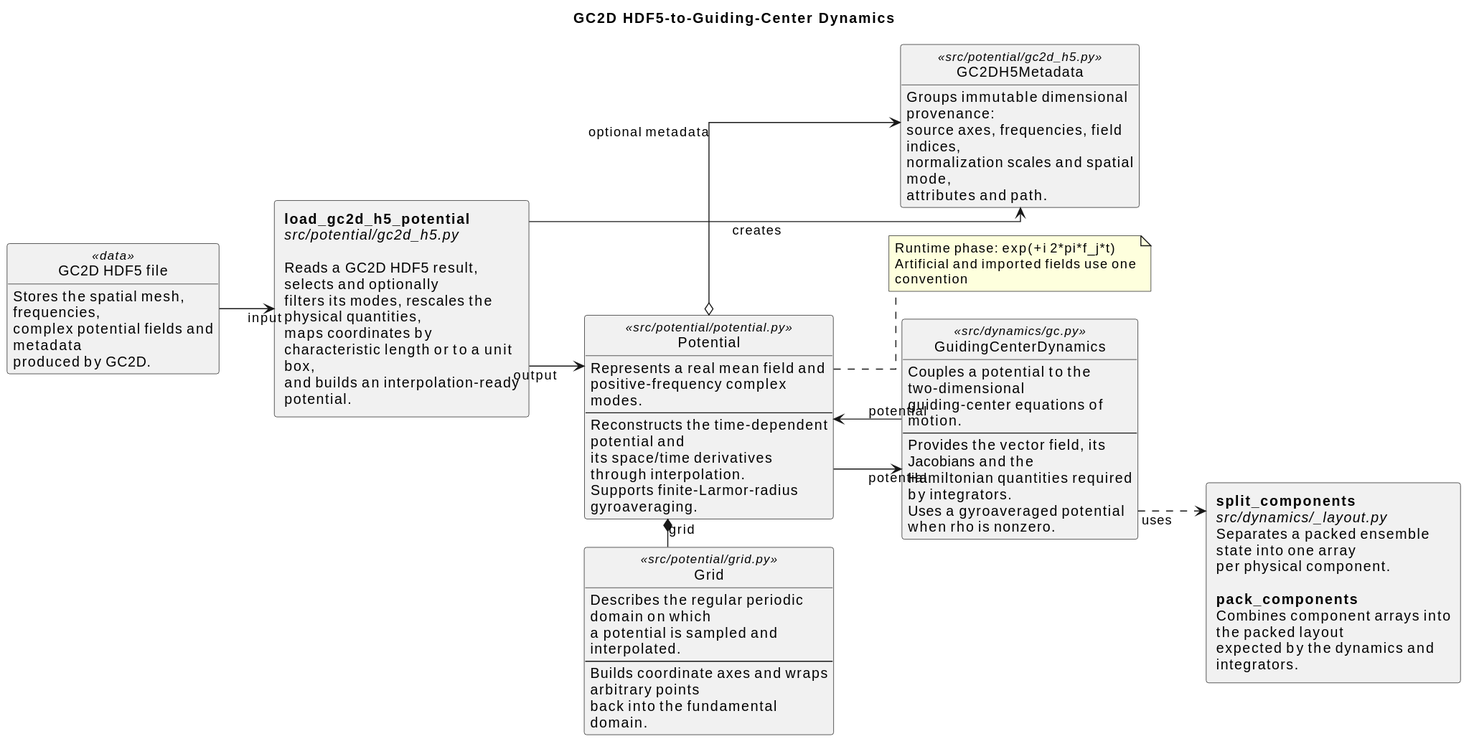
The PlantUML diagram docs/dynamics/gc2d-h5-potential-architecture.svg in Jugibe-52/GC2D_intranet, before a commit.
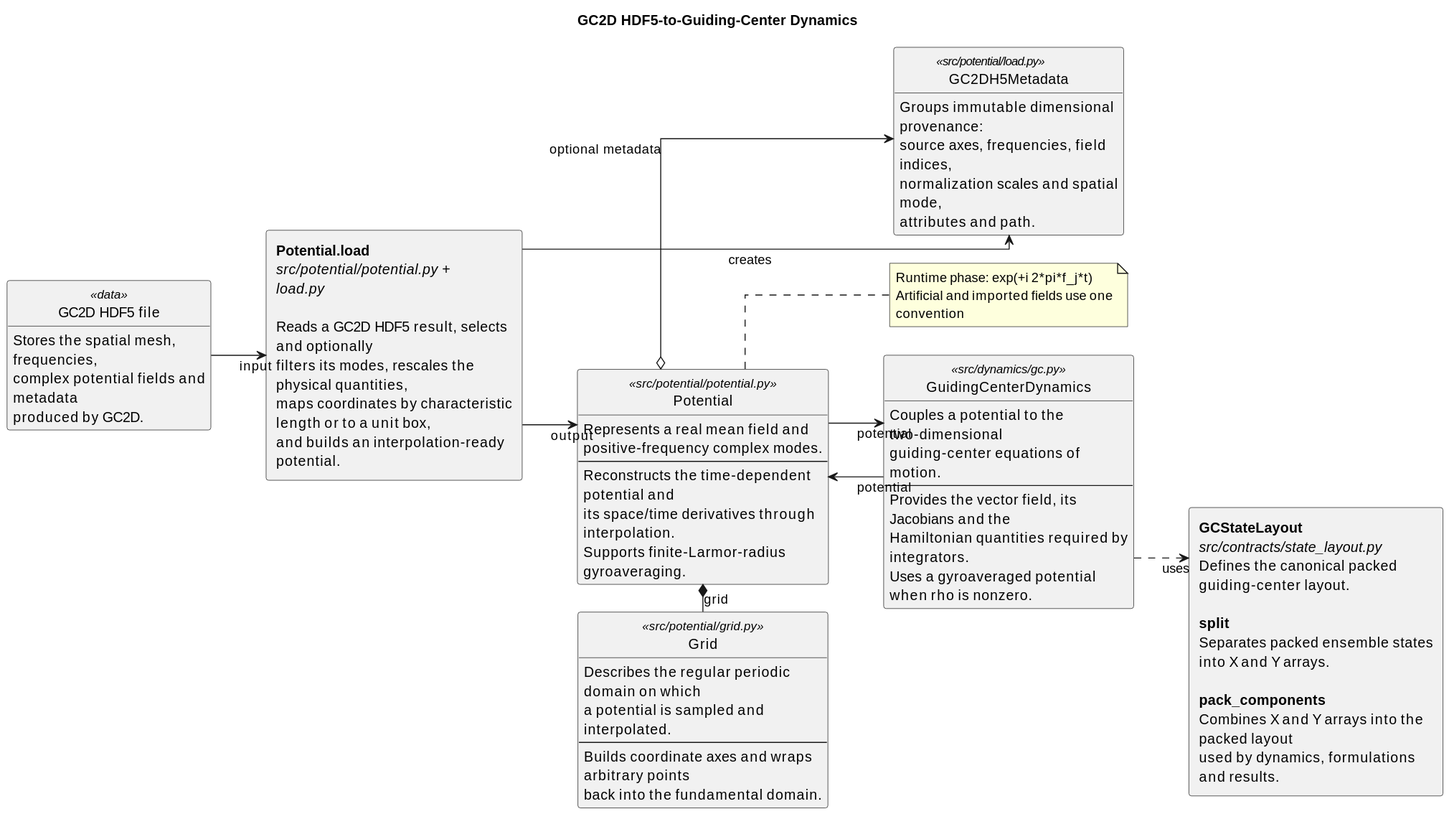
The same diagram one commit later.

The edit, as a diff of the source:
```diff
@@ -21,7 +21,7 @@
   produced by GC2D.
 }
 
-rectangle "<b>load_gc2d_h5_potential</b>\n<i>src/potential/gc2d_h5.py</i>\n\nReads a GC2D HDF5 result, selects and optionally\nfilters its modes, rescales the physical quantities,\nmaps coordinates by characteristic length or to a unit box,\nand builds an interpolation-ready potential." as ImportPipeline
+rectangle "<b>Potential.from_gc2d_h5</b>\n<i>src/potential/potential.py + gc2d_h5.py</i>\n\nReads a GC2D HDF5 result, selects and optionally\nfilters its modes, rescales the physical quantities,\nmaps coordinates by characteristic length or to a unit box,\nand builds an interpolation-ready potential." as ImportPipeline
 
 class "GC2DH5Metadata" as H5Metadata <<src/potential/gc2d_h5.py>> {
   Groups immutable dimensional provenance:
@@ -61,7 +61,7 @@
   back into the fundamental domain.
 }
 
-rectangle "<b>split_components</b>\n<i>src/dynamics/_layout.py</i>\nSeparates a packed ensemble state into one array\nper physical component.\n\n<b>pack_components</b>\nCombines component arrays into the packed layout\nexpected by the dynamics and integrators." as StateLayout
+rectangle "<b>GCStateLayout</b>\n<i>src/contracts/state_layout.py</i>\nDefines the canonical packed guiding-center layout.\n\n<b>split</b>\nSeparates packed ensemble states into X and Y arrays.\n\n<b>pack_components</b>\nCombines X and Y arrays into the packed layout\nused by dynamics, formulations and results." as StateLayout
 
 HDF5Source --> ImportPipeline : input
 ImportPipeline --> PotentialRuntime : output
```
